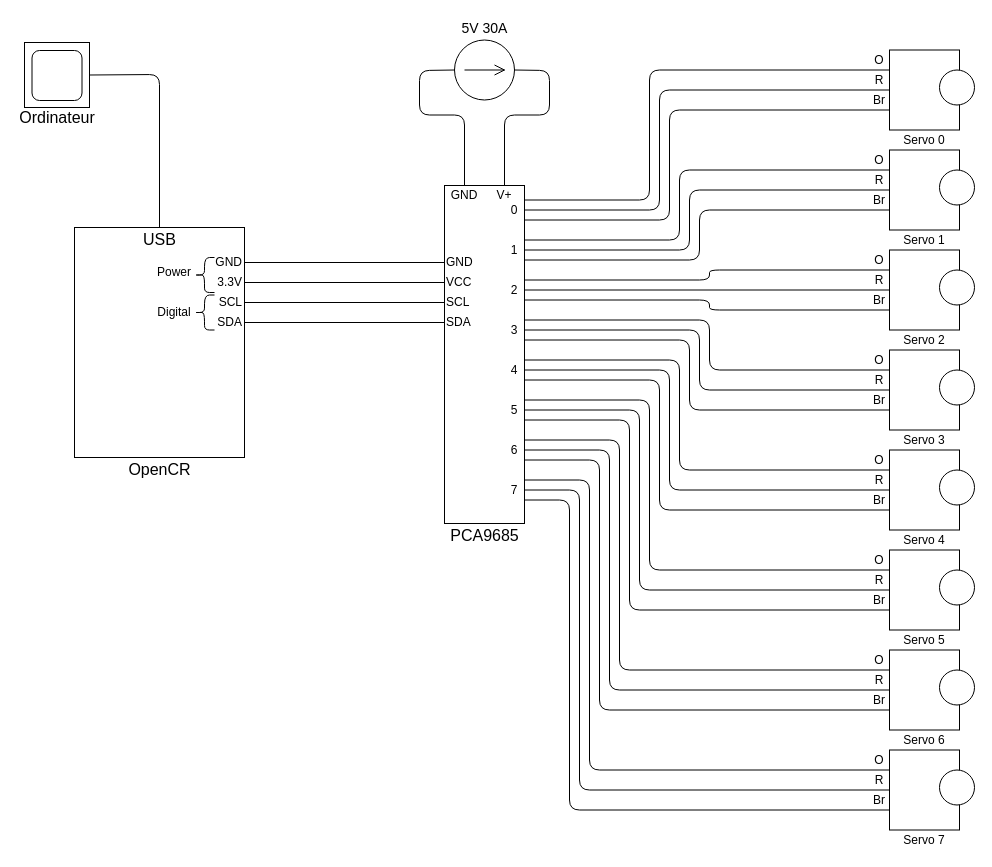
Above: DocumentationElectronique/Plan/Plan.drawio in pierrot32/ArachnUS (draw.io), before the change. Source tidied: cells renumbered, new cells numbered last; positions are measured from the earlier drawing's top-left corner, leaving out a move shared by most shapes. Both pictures are drawn from the tidied source at 100%, with x=0, y=0 at pixel (17, 17).
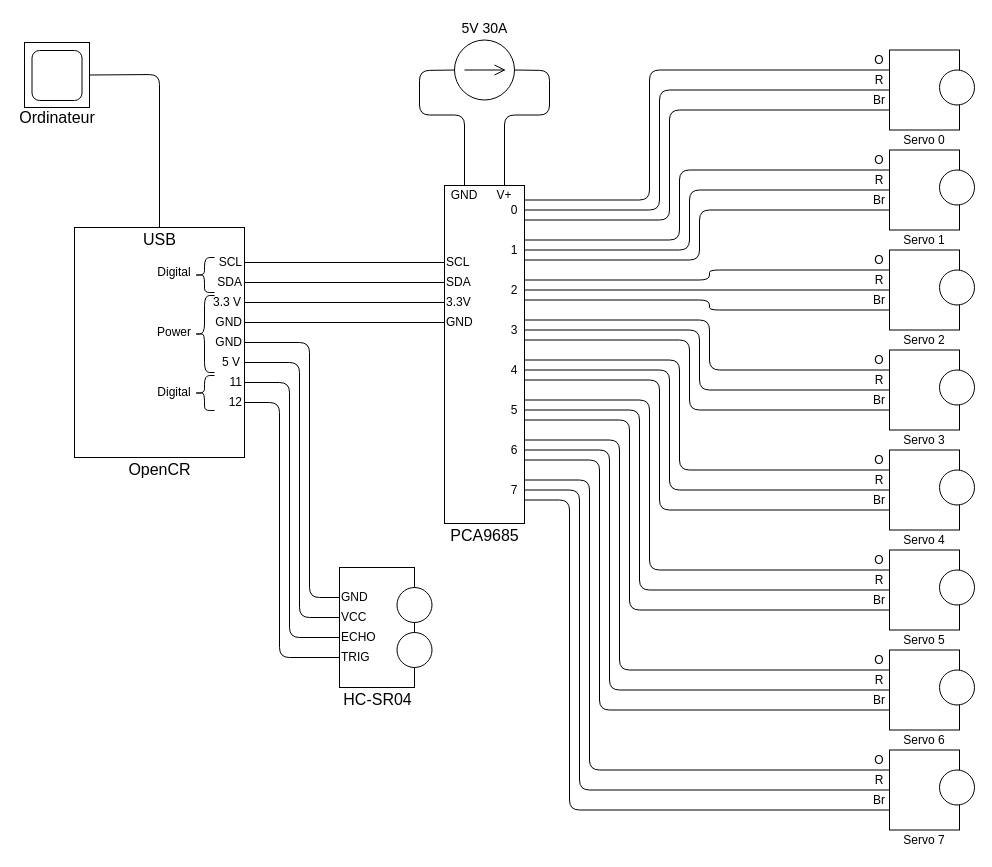
Above is the later version.

The edit, as a diff of the source:
```diff
@@
-    <mxCell id="93" value="GND" style="text;html=1;strokeColor=none;fillColor=none;align=left;verticalAlign=middle;whiteSpace=wrap;rounded=0;" parent="1" vertex="1">
+    <mxCell id="93" value="SCL" style="text;html=1;strokeColor=none;fillColor=none;align=left;verticalAlign=middle;whiteSpace=wrap;rounded=0;" parent="1" vertex="1">
       <mxGeometry x="427" y="235" width="30" height="20" as="geometry" />
     </mxCell>
-    <mxCell id="94" value="VCC" style="text;html=1;strokeColor=none;fillColor=none;align=left;verticalAlign=middle;whiteSpace=wrap;rounded=0;" parent="1" vertex="1">
+    <mxCell id="94" value="SDA" style="text;html=1;strokeColor=none;fillColor=none;align=left;verticalAlign=middle;whiteSpace=wrap;rounded=0;" parent="1" vertex="1">
       <mxGeometry x="427" y="255" width="30" height="20" as="geometry" />
     </mxCell>
-    <mxCell id="95" value="SCL" style="text;html=1;strokeColor=none;fillColor=none;align=left;verticalAlign=middle;whiteSpace=wrap;rounded=0;" parent="1" vertex="1">
+    <mxCell id="95" value="3.3V" style="text;html=1;strokeColor=none;fillColor=none;align=left;verticalAlign=middle;whiteSpace=wrap;rounded=0;" parent="1" vertex="1">
       <mxGeometry x="427" y="275" width="30" height="20" as="geometry" />
     </mxCell>
-    <mxCell id="96" value="SDA" style="text;html=1;strokeColor=none;fillColor=none;align=left;verticalAlign=middle;whiteSpace=wrap;rounded=0;" parent="1" vertex="1">
+    <mxCell id="96" value="GND" style="text;html=1;strokeColor=none;fillColor=none;align=left;verticalAlign=middle;whiteSpace=wrap;rounded=0;" parent="1" vertex="1">
       <mxGeometry x="427" y="295" width="30" height="20" as="geometry" />
     </mxCell>
@@
-    <mxCell id="98" value="SDA" style="text;html=1;strokeColor=none;fillColor=none;align=right;verticalAlign=middle;whiteSpace=wrap;rounded=0;" parent="1" vertex="1">
+    <mxCell id="98" value="GND" style="text;html=1;strokeColor=none;fillColor=none;align=right;verticalAlign=middle;whiteSpace=wrap;rounded=0;" parent="1" vertex="1">
       <mxGeometry x="197" y="295" width="30" height="20" as="geometry" />
     </mxCell>
-    <mxCell id="99" value="SCL" style="text;html=1;strokeColor=none;fillColor=none;align=right;verticalAlign=middle;whiteSpace=wrap;rounded=0;" parent="1" vertex="1">
-      <mxGeometry x="197" y="275" width="30" height="20" as="geometry" />
+    <mxCell id="99" value="3.3 V" style="text;html=1;strokeColor=none;fillColor=none;align=right;verticalAlign=middle;whiteSpace=wrap;rounded=0;" parent="1" vertex="1">
+      <mxGeometry x="192" y="275" width="34" height="20" as="geometry" />
     </mxCell>
-    <mxCell id="100" value="GND" style="text;html=1;strokeColor=none;fillColor=none;align=right;verticalAlign=middle;whiteSpace=wrap;rounded=0;" parent="1" vertex="1">
+    <mxCell id="100" value="SCL" style="text;html=1;strokeColor=none;fillColor=none;align=right;verticalAlign=middle;whiteSpace=wrap;rounded=0;" parent="1" vertex="1">
       <mxGeometry x="197" y="235" width="30" height="20" as="geometry" />
     </mxCell>
-    <mxCell id="101" value="3.3V" style="text;html=1;strokeColor=none;fillColor=none;align=right;verticalAlign=middle;whiteSpace=wrap;rounded=0;" parent="1" vertex="1">
+    <mxCell id="101" value="SDA" style="text;html=1;strokeColor=none;fillColor=none;align=right;verticalAlign=middle;whiteSpace=wrap;rounded=0;" parent="1" vertex="1">
       <mxGeometry x="197" y="255" width="30" height="20" as="geometry" />
     </mxCell>
@@
     <mxCell id="103" style="shape=curlyBracket;whiteSpace=wrap;html=1;rounded=1;align=right;" parent="1" vertex="1">
-      <mxGeometry x="177" y="277.5" width="20" height="35" as="geometry" />
+      <mxGeometry x="177" y="278" width="20" height="77" as="geometry" />
     </mxCell>
-    <mxCell id="104" value="Power" style="text;html=1;strokeColor=none;fillColor=none;align=center;verticalAlign=middle;whiteSpace=wrap;rounded=0;" parent="1" vertex="1">
+    <mxCell id="104" value="Digital" style="text;html=1;strokeColor=none;fillColor=none;align=center;verticalAlign=middle;whiteSpace=wrap;rounded=0;" parent="1" vertex="1">
       <mxGeometry x="142" y="245" width="30" height="20" as="geometry" />
     </mxCell>
-    <mxCell id="105" value="Digital" style="text;html=1;strokeColor=none;fillColor=none;align=center;verticalAlign=middle;whiteSpace=wrap;rounded=0;" parent="1" vertex="1">
-      <mxGeometry x="142" y="285" width="30" height="20" as="geometry" />
+    <mxCell id="105" value="Power" style="text;html=1;strokeColor=none;fillColor=none;align=center;verticalAlign=middle;whiteSpace=wrap;rounded=0;" parent="1" vertex="1">
+      <mxGeometry x="142" y="305" width="30" height="20" as="geometry" />
     </mxCell>
@@
+    <mxCell id="113" style="rounded=0;whiteSpace=wrap;html=1;" parent="1" vertex="1">
+      <mxGeometry x="322" y="550" width="75" height="120" as="geometry" />
+    </mxCell>
+    <mxCell id="114" value="5 V" style="text;html=1;strokeColor=none;fillColor=none;align=right;verticalAlign=middle;whiteSpace=wrap;rounded=0;" parent="1" vertex="1">
+      <mxGeometry x="200" y="335" width="25" height="20" as="geometry" />
+    </mxCell>
+    <mxCell id="115" value="GND" style="text;html=1;strokeColor=none;fillColor=none;align=right;verticalAlign=middle;whiteSpace=wrap;rounded=0;" parent="1" vertex="1">
+      <mxGeometry x="197" y="315" width="30" height="20" as="geometry" />
+    </mxCell>
+    <mxCell id="116" style="endArrow=none;html=1;" parent="1" edge="1">
+      <mxGeometry relative="1" as="geometry">
+        <mxPoint x="227" y="345" as="sourcePoint" />
+        <mxPoint x="322" y="600" as="targetPoint" />
+        <Array as="points">
+          <mxPoint x="282" y="345" />
+          <mxPoint x="282" y="600" />
+        </Array>
+      </mxGeometry>
+    </mxCell>
+    <mxCell id="117" style="endArrow=none;html=1;" parent="1" edge="1">
+      <mxGeometry relative="1" as="geometry">
+        <mxPoint x="227" y="325" as="sourcePoint" />
+        <mxPoint x="322" y="580" as="targetPoint" />
+        <Array as="points">
+          <mxPoint x="292" y="325" />
+          <mxPoint x="292" y="580" />
+        </Array>
+      </mxGeometry>
+    </mxCell>
+    <mxCell id="118" value="12" style="text;html=1;strokeColor=none;fillColor=none;align=right;verticalAlign=middle;whiteSpace=wrap;rounded=0;" parent="1" vertex="1">
+      <mxGeometry x="197" y="375" width="30" height="20" as="geometry" />
+    </mxCell>
+    <mxCell id="119" value="11" style="text;html=1;strokeColor=none;fillColor=none;align=right;verticalAlign=middle;whiteSpace=wrap;rounded=0;" parent="1" vertex="1">
+      <mxGeometry x="197" y="355" width="30" height="20" as="geometry" />
+    </mxCell>
+    <mxCell id="120" style="endArrow=none;html=1;" parent="1" edge="1">
+      <mxGeometry relative="1" as="geometry">
+        <mxPoint x="227" y="385" as="sourcePoint" />
+        <mxPoint x="322" y="640" as="targetPoint" />
+        <Array as="points">
+          <mxPoint x="262" y="385" />
+          <mxPoint x="262" y="640" />
+        </Array>
+      </mxGeometry>
+    </mxCell>
+    <mxCell id="121" style="endArrow=none;html=1;" parent="1" edge="1">
+      <mxGeometry relative="1" as="geometry">
+        <mxPoint x="227" y="365" as="sourcePoint" />
+        <mxPoint x="322" y="620" as="targetPoint" />
+        <Array as="points">
+          <mxPoint x="272" y="365" />
+          <mxPoint x="272" y="620" />
+        </Array>
+      </mxGeometry>
+    </mxCell>
+    <mxCell id="122" value="TRIG" style="text;html=1;strokeColor=none;fillColor=none;align=left;verticalAlign=middle;whiteSpace=wrap;rounded=0;" parent="1" vertex="1">
+      <mxGeometry x="322" y="630" width="30" height="20" as="geometry" />
+    </mxCell>
+    <mxCell id="123" value="ECHO" style="text;html=1;strokeColor=none;fillColor=none;align=left;verticalAlign=middle;whiteSpace=wrap;rounded=0;" parent="1" vertex="1">
+      <mxGeometry x="322" y="610" width="30" height="20" as="geometry" />
+    </mxCell>
+    <mxCell id="124" value="VCC" style="text;html=1;strokeColor=none;fillColor=none;align=left;verticalAlign=middle;whiteSpace=wrap;rounded=0;" parent="1" vertex="1">
+      <mxGeometry x="322" y="590" width="25" height="20" as="geometry" />
+    </mxCell>
+    <mxCell id="125" value="GND" style="text;html=1;strokeColor=none;fillColor=none;align=left;verticalAlign=middle;whiteSpace=wrap;rounded=0;" parent="1" vertex="1">
+      <mxGeometry x="322" y="570" width="30" height="20" as="geometry" />
+    </mxCell>
+    <mxCell id="126" style="shape=curlyBracket;whiteSpace=wrap;html=1;rounded=1;align=right;" parent="1" vertex="1">
+      <mxGeometry x="177" y="358" width="20" height="35" as="geometry" />
+    </mxCell>
+    <mxCell id="127" value="Digital" style="text;html=1;strokeColor=none;fillColor=none;align=center;verticalAlign=middle;whiteSpace=wrap;rounded=0;" parent="1" vertex="1">
+      <mxGeometry x="142" y="365" width="30" height="20" as="geometry" />
+    </mxCell>
+    <mxCell id="128" style="ellipse;whiteSpace=wrap;html=1;" parent="1" vertex="1">
+      <mxGeometry x="379.5" y="570" width="35" height="35" as="geometry" />
+    </mxCell>
+    <mxCell id="129" style="ellipse;whiteSpace=wrap;html=1;" parent="1" vertex="1">
+      <mxGeometry x="379.5" y="615" width="35" height="35" as="geometry" />
+    </mxCell>
+    <mxCell id="130" value="HC-SR04&lt;br style=&quot;font-size: 16px&quot;&gt;" style="text;html=1;align=center;verticalAlign=top;spacingTop=-4;fontSize=16;" parent="1" vertex="1">
+      <mxGeometry x="319.5" y="670" width="80" height="20" as="geometry" />
+    </mxCell>
```
